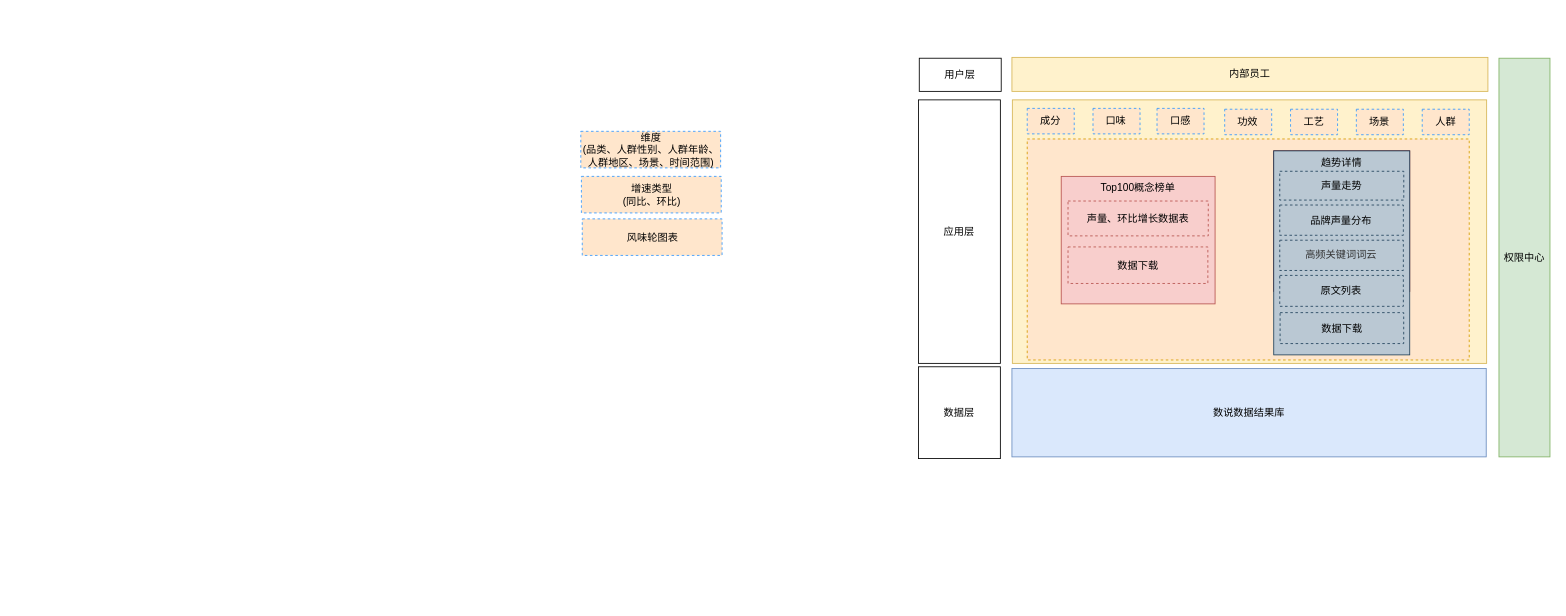
Before: page "伊利海外趋势" (5 of 5) of 数据服务3.0.drawio in jk1420/data-api, a draw.io diagram. Source tidied: cells renumbered, new cells numbered last; positions are measured from the earlier drawing's top-left corner, leaving out a move shared by most shapes. Both pictures are drawn from the tidied source at 85%, with x=0, y=0 at pixel (581, 57).
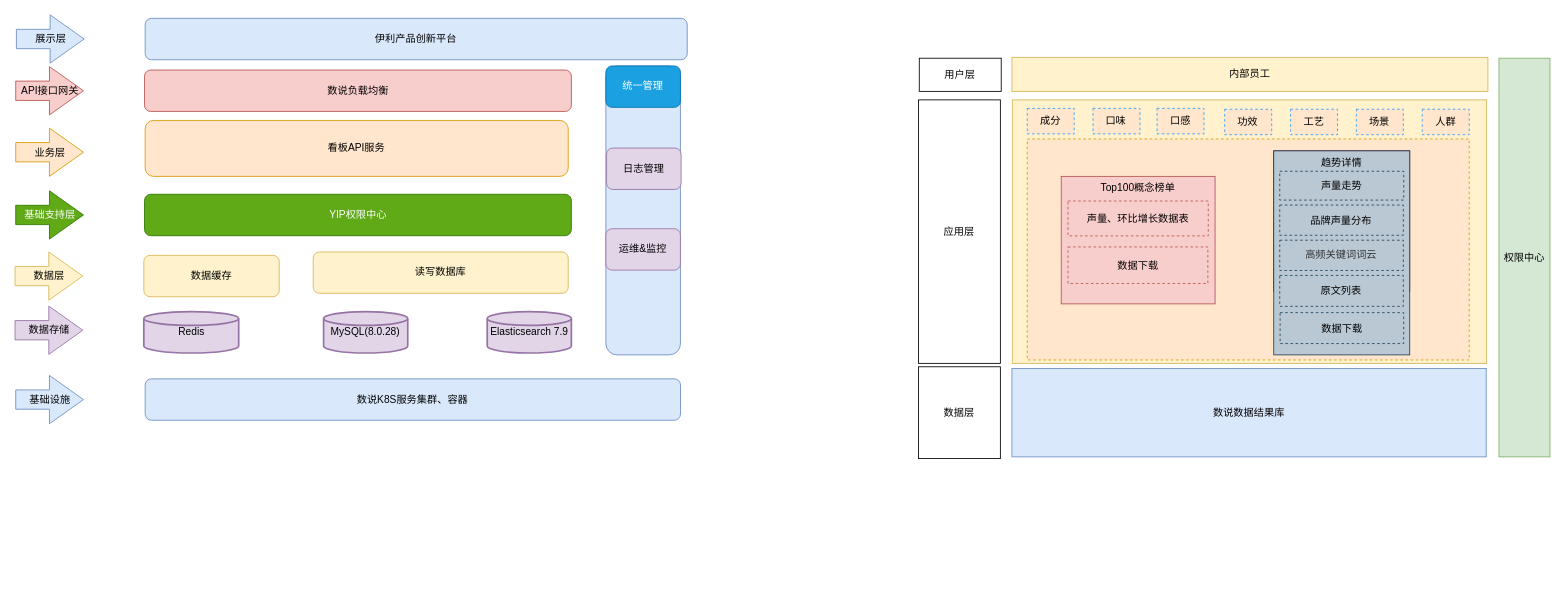
The same page after the edit.

Commit message:
更新数据服务3.0.drawio

What changed in the source:
```diff
@@
-    <mxCell id="8" value="&lt;div&gt;维度&lt;/div&gt;&lt;div&gt;(品类、人群性别、人群年龄、人群地区、场景、时间范围)&lt;/div&gt;" style="rounded=0;whiteSpace=wrap;html=1;dashed=1;fillColor=#ffe6cc;strokeColor=#3399FF;" parent="1" vertex="1">
-      <mxGeometry x="-0.2" y="87" width="164.5" height="43" as="geometry" />
-    </mxCell>
-    <mxCell id="9" value="&lt;div&gt;增速类型&lt;/div&gt;&lt;div&gt;(同比、环比)&lt;/div&gt;" style="rounded=0;whiteSpace=wrap;html=1;dashed=1;fillColor=#ffe6cc;strokeColor=#3399FF;" parent="1" vertex="1">
-      <mxGeometry x="0.5" y="140" width="164.5" height="43" as="geometry" />
-    </mxCell>
-    <mxCell id="10" value="&lt;div&gt;风味轮图表&lt;/div&gt;" style="rounded=0;whiteSpace=wrap;html=1;dashed=1;fillColor=#ffe6cc;strokeColor=#3399FF;" parent="1" vertex="1">
-      <mxGeometry x="1.5" y="190" width="164.5" height="43" as="geometry" />
-    </mxCell>
@@
+    <mxCell id="33" style="group;" parent="1" vertex="1">
+      <mxGeometry x="-665" y="-50" width="790" height="690" as="geometry" />
+    </mxCell>
+    <mxCell id="34" value="伊利产品创新平台" style="rounded=1;whiteSpace=wrap;html=1;fillColor=#dae8fc;strokeColor=#6c8ebf;" parent="33" vertex="1">
+      <mxGeometry x="152.3" y="4.1" width="637.7" height="48.7" as="geometry" />
+    </mxCell>
+    <mxCell id="35" value="展示层" style="html=1;shadow=0;dashed=0;align=center;verticalAlign=middle;shape=mxgraph.arrows2.arrow;dy=0.6;dx=40;notch=0;fillColor=#dae8fc;strokeColor=#6c8ebf;" parent="33" vertex="1">
+      <mxGeometry x="0.8" width="79.7" height="56.8" as="geometry" />
+    </mxCell>
+    <mxCell id="36" value="数说负载均衡" style="rounded=1;whiteSpace=wrap;html=1;fillColor=#f8cecc;strokeColor=#b85450;" parent="33" vertex="1">
+      <mxGeometry x="151.5" y="64.9" width="502.2" height="48.7" as="geometry" />
+    </mxCell>
+    <mxCell id="37" value="API接口网关" style="html=1;shadow=0;dashed=0;align=center;verticalAlign=middle;shape=mxgraph.arrows2.arrow;dy=0.6;dx=40;notch=0;fillColor=#f8cecc;strokeColor=#b85450;" parent="33" vertex="1">
+      <mxGeometry y="60.9" width="79.7" height="56.8" as="geometry" />
+    </mxCell>
+    <mxCell id="38" value="看板API服务" style="rounded=1;whiteSpace=wrap;html=1;fillColor=#ffe6cc;strokeColor=#d79b00;" parent="33" vertex="1">
+      <mxGeometry x="152.3" y="124.2" width="497.7" height="65.8" as="geometry" />
+    </mxCell>
+    <mxCell id="39" value="业务层" style="html=1;shadow=0;dashed=0;align=center;verticalAlign=middle;shape=mxgraph.arrows2.arrow;dy=0.6;dx=40;notch=0;fillColor=#ffe6cc;strokeColor=#d79b00;" parent="33" vertex="1">
+      <mxGeometry y="133.2" width="79.7" height="56.8" as="geometry" />
+    </mxCell>
+    <mxCell id="40" value="YIP权限中心" style="rounded=1;whiteSpace=wrap;html=1;fillColor=#60a917;fontColor=#ffffff;strokeColor=#2D7600;" parent="33" vertex="1">
+      <mxGeometry x="151.5" y="211.1" width="502.2" height="48.7" as="geometry" />
+    </mxCell>
+    <mxCell id="41" value="基础支持层" style="html=1;shadow=0;dashed=0;align=center;verticalAlign=middle;shape=mxgraph.arrows2.arrow;dy=0.6;dx=40;notch=0;fillColor=#60a917;fontColor=#ffffff;strokeColor=#2D7600;" parent="33" vertex="1">
+      <mxGeometry y="207" width="79.7" height="56.8" as="geometry" />
+    </mxCell>
+    <mxCell id="42" value="数据存储" style="html=1;shadow=0;dashed=0;align=center;verticalAlign=middle;shape=mxgraph.arrows2.arrow;dy=0.6;dx=40;notch=0;fillColor=#e1d5e7;strokeColor=#9673a6;" parent="33" vertex="1">
+      <mxGeometry x="-0.8" y="342.6" width="79.7" height="56.8" as="geometry" />
+    </mxCell>
+    <mxCell id="43" style="rounded=1;whiteSpace=wrap;html=1;fillColor=#dae8fc;strokeColor=#6c8ebf;" parent="33" vertex="1">
+      <mxGeometry x="694.3" y="60.1" width="87.7" height="339.9" as="geometry" />
+    </mxCell>
+    <mxCell id="44" value="统一管理" style="rounded=1;whiteSpace=wrap;html=1;fillColor=#1ba1e2;fontColor=#ffffff;strokeColor=#006EAF;" parent="33" vertex="1">
+      <mxGeometry x="694.3" y="60.1" width="87.7" height="48.7" as="geometry" />
+    </mxCell>
+    <mxCell id="45" value="日志管理" style="rounded=1;whiteSpace=wrap;html=1;fillColor=#e1d5e7;strokeColor=#9673a6;" parent="33" vertex="1">
+      <mxGeometry x="695.1" y="156.7" width="87.7" height="48.7" as="geometry" />
+    </mxCell>
+    <mxCell id="46" value="运维&amp;amp;监控" style="rounded=1;whiteSpace=wrap;html=1;fillColor=#e1d5e7;strokeColor=#9673a6;" parent="33" vertex="1">
+      <mxGeometry x="694.3" y="251.6" width="87.7" height="48.7" as="geometry" />
+    </mxCell>
+    <mxCell id="47" value="数据缓存" style="rounded=1;whiteSpace=wrap;html=1;fillColor=#fff2cc;strokeColor=#d6b656;" parent="33" vertex="1">
+      <mxGeometry x="150.7" y="282.9" width="159.3" height="48.7" as="geometry" />
+    </mxCell>
+    <mxCell id="48" value="数据层" style="html=1;shadow=0;dashed=0;align=center;verticalAlign=middle;shape=mxgraph.arrows2.arrow;dy=0.6;dx=40;notch=0;fillColor=#fff2cc;strokeColor=#d6b656;" parent="33" vertex="1">
+      <mxGeometry x="-0.8" y="278.9" width="79.7" height="56.8" as="geometry" />
+    </mxCell>
+    <mxCell id="49" value="读写数据库" style="rounded=1;whiteSpace=wrap;html=1;fillColor=#fff2cc;strokeColor=#d6b656;" parent="33" vertex="1">
+      <mxGeometry x="350" y="278.9" width="300" height="48.7" as="geometry" />
+    </mxCell>
+    <mxCell id="50" value="Elasticsearch 7.9" style="strokeWidth=2;html=1;shape=mxgraph.flowchart.database;whiteSpace=wrap;fillColor=#e1d5e7;strokeColor=#9673a6;" parent="33" vertex="1">
+      <mxGeometry x="554.7" y="349.1" width="99" height="48.7" as="geometry" />
+    </mxCell>
+    <mxCell id="51" value="Redis" style="strokeWidth=2;html=1;shape=mxgraph.flowchart.database;whiteSpace=wrap;fillColor=#e1d5e7;strokeColor=#9673a6;" parent="33" vertex="1">
+      <mxGeometry x="150.7" y="349.1" width="111.6" height="48.7" as="geometry" />
+    </mxCell>
+    <mxCell id="52" value="基础设施" style="html=1;shadow=0;dashed=0;align=center;verticalAlign=middle;shape=mxgraph.arrows2.arrow;dy=0.6;dx=40;notch=0;fillColor=#dae8fc;strokeColor=#6c8ebf;" parent="33" vertex="1">
+      <mxGeometry y="424.2" width="79.7" height="56.8" as="geometry" />
+    </mxCell>
+    <mxCell id="53" value="数说K8S服务集群、容器" style="rounded=1;whiteSpace=wrap;html=1;fillColor=#dae8fc;strokeColor=#6c8ebf;" parent="33" vertex="1">
+      <mxGeometry x="152.3" y="428.2" width="629.8" height="48.7" as="geometry" />
+    </mxCell>
+    <mxCell id="54" value="MySQL(8.0.28)" style="strokeWidth=2;html=1;shape=mxgraph.flowchart.database;whiteSpace=wrap;fillColor=#e1d5e7;strokeColor=#9673a6;" parent="33" vertex="1">
+      <mxGeometry x="362.2" y="349.1" width="99" height="48.7" as="geometry" />
+    </mxCell>
```
